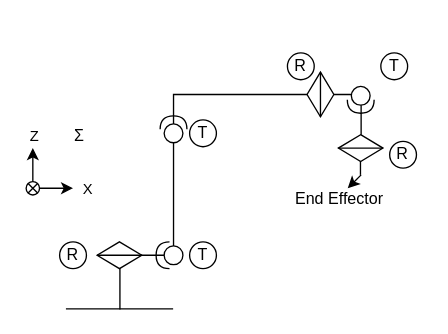
This is page "RTTRTR" (1 of 2) of Kinematics6DoF.drawio from vmx17/Kinematics6DoF, a draw.io file, before an edit. Source tidied: cells renumbered, new cells numbered last; positions are measured from the earlier drawing's top-left corner, leaving out a move shared by most shapes. Both pictures are drawn from the tidied source at 134%, with x=0, y=0 at pixel (25, 46).
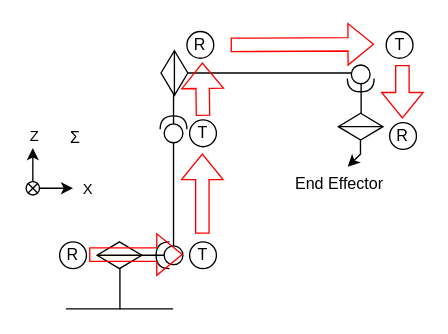
The same diagram, later.

Unchanged cells that the change refers to:
```xml
<mxCell id="22" style="group;" parent="1" vertex="1">
  <mxGeometry y="52" width="50" height="59" as="geometry" />
</mxCell>
```

Change to the diagram source:
```diff
@@
-    <mxCell id="2" style="endArrow=none;html=1;rounded=0;" parent="1" edge="1">
-      <mxGeometry relative="1" as="geometry">
-        <mxPoint x="29.7" y="196" as="sourcePoint" />
-        <mxPoint x="109.7" y="196" as="targetPoint" />
-      </mxGeometry>
-    </mxCell>
+    <mxCell id="35" style="endArrow=none;html=1;rounded=0;" parent="1" edge="1">
+      <mxGeometry relative="1" as="geometry">
+        <mxPoint x="29.7" y="196" as="sourcePoint" />
+        <mxPoint x="109.7" y="196" as="targetPoint" />
+      </mxGeometry>
+    </mxCell>
@@
-    <mxCell id="4" style="shape=partialRectangle;whiteSpace=wrap;html=1;bottom=0;right=0;fillColor=none;" parent="1" vertex="1">
-      <mxGeometry x="110" y="36" width="140" height="30" as="geometry" />
-    </mxCell>
-    <mxCell id="5" style="endArrow=none;html=1;rounded=0;" parent="1" edge="1">
-      <mxGeometry relative="1" as="geometry">
-        <mxPoint x="250" y="66" as="sourcePoint" />
-        <mxPoint x="250" y="36" as="targetPoint" />
-      </mxGeometry>
-    </mxCell>
+    <mxCell id="36" style="shape=partialRectangle;whiteSpace=wrap;html=1;bottom=0;right=0;fillColor=none;" parent="1" vertex="1">
+      <mxGeometry x="110" y="20" width="140" height="46" as="geometry" />
+    </mxCell>
+    <mxCell id="37" style="endArrow=none;html=1;rounded=0;" parent="1" edge="1">
+      <mxGeometry relative="1" as="geometry">
+        <mxPoint x="250" y="50" as="sourcePoint" />
+        <mxPoint x="250" y="20" as="targetPoint" />
+      </mxGeometry>
+    </mxCell>
@@
-    <mxCell id="7" style="shape=sortShape;perimeter=rhombusPerimeter;whiteSpace=wrap;html=1;rotation=90;" parent="1" vertex="1">
-      <mxGeometry x="203" y="26" width="33.3" height="20" as="geometry" />
-    </mxCell>
-    <mxCell id="8" style="endArrow=none;html=1;rounded=0;" parent="1" edge="1">
-      <mxGeometry relative="1" as="geometry">
-        <mxPoint x="110" y="156" as="sourcePoint" />
-        <mxPoint x="110" y="66" as="targetPoint" />
-      </mxGeometry>
-    </mxCell>
+    <mxCell id="38" style="shape=sortShape;perimeter=rhombusPerimeter;whiteSpace=wrap;html=1;rotation=90;" parent="1" vertex="1">
+      <mxGeometry x="94" y="10" width="33.3" height="20" as="geometry" />
+    </mxCell>
+    <mxCell id="39" style="endArrow=none;html=1;rounded=0;" parent="1" edge="1">
+      <mxGeometry relative="1" as="geometry">
+        <mxPoint x="110" y="156" as="sourcePoint" />
+        <mxPoint x="110" y="66" as="targetPoint" />
+      </mxGeometry>
+    </mxCell>
@@
-    <mxCell id="10" style="shape=providedRequiredInterface;html=1;verticalLabelPosition=bottom;sketch=0;rotation=90;" parent="1" vertex="1">
-      <mxGeometry x="239.7" y="30" width="20" height="20" as="geometry" />
-    </mxCell>
+    <mxCell id="40" style="shape=providedRequiredInterface;html=1;verticalLabelPosition=bottom;sketch=0;rotation=90;" parent="1" vertex="1">
+      <mxGeometry x="239.7" y="14" width="20" height="20" as="geometry" />
+    </mxCell>
@@
-    <mxCell id="12" style="endArrow=none;html=1;rounded=0;" parent="1" edge="1">
-      <mxGeometry relative="1" as="geometry">
-        <mxPoint x="249.5" y="96" as="sourcePoint" />
-        <mxPoint x="249.5" y="76" as="targetPoint" />
-      </mxGeometry>
-    </mxCell>
-    <mxCell id="13" style="endArrow=classic;html=1;rounded=0;" parent="1" edge="1">
-      <mxGeometry relative="1" as="geometry">
-        <mxPoint x="250" y="96" as="sourcePoint" />
-        <mxPoint x="240" y="106" as="targetPoint" />
-      </mxGeometry>
-    </mxCell>
-    <mxCell id="14" style="shape=sortShape;perimeter=rhombusPerimeter;whiteSpace=wrap;html=1;" parent="1" vertex="1">
-      <mxGeometry x="233" y="66" width="33.3" height="20" as="geometry" />
-    </mxCell>
+    <mxCell id="41" style="endArrow=none;html=1;rounded=0;" parent="1" edge="1">
+      <mxGeometry relative="1" as="geometry">
+        <mxPoint x="249.5" y="80" as="sourcePoint" />
+        <mxPoint x="249.5" y="60" as="targetPoint" />
+      </mxGeometry>
+    </mxCell>
+    <mxCell id="42" style="endArrow=classic;html=1;rounded=0;" parent="1" edge="1">
+      <mxGeometry relative="1" as="geometry">
+        <mxPoint x="250" y="80" as="sourcePoint" />
+        <mxPoint x="240" y="90" as="targetPoint" />
+      </mxGeometry>
+    </mxCell>
+    <mxCell id="43" style="shape=sortShape;perimeter=rhombusPerimeter;whiteSpace=wrap;html=1;" parent="1" vertex="1">
+      <mxGeometry x="233" y="50" width="33.3" height="20" as="geometry" />
+    </mxCell>
@@
-    <mxCell id="16" value="R" style="text;html=1;align=center;verticalAlign=middle;whiteSpace=wrap;rounded=0;" parent="1" vertex="1">
-      <mxGeometry x="190" width="30" height="30" as="geometry" />
-    </mxCell>
-    <mxCell id="17" value="R" style="text;html=1;align=center;verticalAlign=middle;whiteSpace=wrap;rounded=0;" parent="1" vertex="1">
-      <mxGeometry x="266.3" y="66" width="30" height="30" as="geometry" />
-    </mxCell>
+    <mxCell id="44" value="R" style="text;html=1;align=center;verticalAlign=middle;whiteSpace=wrap;rounded=0;" parent="1" vertex="1">
+      <mxGeometry x="115" y="-16" width="30" height="30" as="geometry" />
+    </mxCell>
+    <mxCell id="45" value="R" style="text;html=1;align=center;verticalAlign=middle;whiteSpace=wrap;rounded=0;" parent="1" vertex="1">
+      <mxGeometry x="266.3" y="52" width="30" height="30" as="geometry" />
+    </mxCell>
@@
     <mxCell id="20" value="T" style="text;html=1;align=center;verticalAlign=middle;whiteSpace=wrap;rounded=0;" parent="1" vertex="1">
-      <mxGeometry x="259.7" width="30" height="30" as="geometry" />
+      <mxGeometry x="263.7" y="-16" width="30" height="30" as="geometry" />
     </mxCell>
     <mxCell id="21" value="End Effector" style="text;html=1;align=center;verticalAlign=middle;whiteSpace=wrap;rounded=0;" parent="1" vertex="1">
-      <mxGeometry x="195" y="99" width="77.8" height="30" as="geometry" />
+      <mxGeometry x="195" y="88" width="77.8" height="30" as="geometry" />
     </mxCell>
@@
     <mxCell id="23" value="Σ" style="text;html=1;align=center;verticalAlign=middle;whiteSpace=wrap;rounded=0;" parent="22" vertex="1">
-      <mxGeometry x="30" width="20" height="30" as="geometry" />
+      <mxGeometry x="27" y="2" width="20" height="30" as="geometry" />
     </mxCell>
-    <mxCell id="24" style="endArrow=classic;html=1;rounded=0;" parent="22" edge="1">
-      <mxGeometry relative="1" as="geometry">
-        <mxPoint x="5" y="54" as="sourcePoint" />
-        <mxPoint x="35" y="54" as="targetPoint" />
-      </mxGeometry>
-    </mxCell>
+    <mxCell id="46" style="endArrow=classic;html=1;rounded=0;" parent="22" edge="1">
+      <mxGeometry relative="1" as="geometry">
+        <mxPoint x="5" y="54" as="sourcePoint" />
+        <mxPoint x="35" y="54" as="targetPoint" />
+      </mxGeometry>
+    </mxCell>
-    <mxCell id="25" value="X" style="edgeLabel;html=1;align=center;verticalAlign=middle;" parent="24" vertex="1">
+    <mxCell id="25" value="X" style="edgeLabel;html=1;align=center;verticalAlign=middle;" parent="46" vertex="1">
       <mxGeometry x="0.47" y="-1" relative="1" as="geometry">
         <mxPoint x="18" y="-1" as="offset" />
       </mxGeometry>
     </mxCell>
-    <mxCell id="26" style="endArrow=classic;html=1;rounded=0;" parent="22" edge="1">
-      <mxGeometry relative="1" as="geometry">
-        <mxPoint x="5" y="54" as="sourcePoint" />
-        <mxPoint x="5" y="24" as="targetPoint" />
-      </mxGeometry>
-    </mxCell>
+    <mxCell id="47" style="endArrow=classic;html=1;rounded=0;" parent="22" edge="1">
+      <mxGeometry relative="1" as="geometry">
+        <mxPoint x="5" y="54" as="sourcePoint" />
+        <mxPoint x="5" y="24" as="targetPoint" />
+      </mxGeometry>
+    </mxCell>
-    <mxCell id="27" value="Z" style="edgeLabel;html=1;align=center;verticalAlign=middle;" parent="26" vertex="1">
+    <mxCell id="27" value="Z" style="edgeLabel;html=1;align=center;verticalAlign=middle;" parent="47" vertex="1">
       <mxGeometry x="0.16" y="1" relative="1" as="geometry">
         <mxPoint x="1" y="-23" as="offset" />
       </mxGeometry>
     </mxCell>
@@
-    <mxCell id="32" style="ellipse;whiteSpace=wrap;html=1;fillColor=none;" parent="1" vertex="1">
-      <mxGeometry x="195" y="5" width="20" height="20" as="geometry" />
-    </mxCell>
-    <mxCell id="33" style="ellipse;whiteSpace=wrap;html=1;fillColor=none;" parent="1" vertex="1">
-      <mxGeometry x="264.7" y="5" width="20" height="20" as="geometry" />
-    </mxCell>
-    <mxCell id="34" style="ellipse;whiteSpace=wrap;html=1;fillColor=none;" parent="1" vertex="1">
-      <mxGeometry x="271.3" y="71" width="20" height="20" as="geometry" />
-    </mxCell>
+    <mxCell id="48" style="ellipse;whiteSpace=wrap;html=1;fillColor=none;" parent="1" vertex="1">
+      <mxGeometry x="120" y="-11" width="20" height="20" as="geometry" />
+    </mxCell>
+    <mxCell id="49" style="ellipse;whiteSpace=wrap;html=1;fillColor=none;" parent="1" vertex="1">
+      <mxGeometry x="268.7" y="-11" width="20" height="20" as="geometry" />
+    </mxCell>
+    <mxCell id="50" style="ellipse;whiteSpace=wrap;html=1;fillColor=none;" parent="1" vertex="1">
+      <mxGeometry x="271.3" y="57" width="20" height="20" as="geometry" />
+    </mxCell>
+    <mxCell id="51" style="shape=flexArrow;endArrow=classic;html=1;rounded=0;strokeColor=#FF0000;" parent="1" edge="1">
+      <mxGeometry relative="1" as="geometry">
+        <mxPoint x="47" y="155.5" as="sourcePoint" />
+        <mxPoint x="117" y="155.5" as="targetPoint" />
+      </mxGeometry>
+    </mxCell>
+    <mxCell id="52" style="shape=flexArrow;endArrow=classic;html=1;rounded=0;strokeColor=#FF0000;" parent="1" edge="1">
+      <mxGeometry relative="1" as="geometry">
+        <mxPoint x="131.5" y="140" as="sourcePoint" />
+        <mxPoint x="131.5" y="80" as="targetPoint" />
+      </mxGeometry>
+    </mxCell>
+    <mxCell id="53" style="shape=flexArrow;endArrow=classic;html=1;rounded=0;strokeColor=#FF0000;" parent="1" edge="1">
+      <mxGeometry relative="1" as="geometry">
+        <mxPoint x="132" y="52" as="sourcePoint" />
+        <mxPoint x="131.5" y="12" as="targetPoint" />
+      </mxGeometry>
+    </mxCell>
+    <mxCell id="54" style="shape=flexArrow;endArrow=classic;html=1;rounded=0;strokeColor=#FF0000;" parent="1" edge="1">
+      <mxGeometry relative="1" as="geometry">
+        <mxPoint x="152.6" y="-1" as="sourcePoint" />
+        <mxPoint x="259.7" y="-1.5" as="targetPoint" />
+      </mxGeometry>
+    </mxCell>
+    <mxCell id="55" style="shape=flexArrow;endArrow=classic;html=1;rounded=0;strokeColor=#FF0000;" parent="1" edge="1">
+      <mxGeometry relative="1" as="geometry">
+        <mxPoint x="280.8" y="14" as="sourcePoint" />
+        <mxPoint x="280.8" y="54" as="targetPoint" />
+      </mxGeometry>
+    </mxCell>
```
